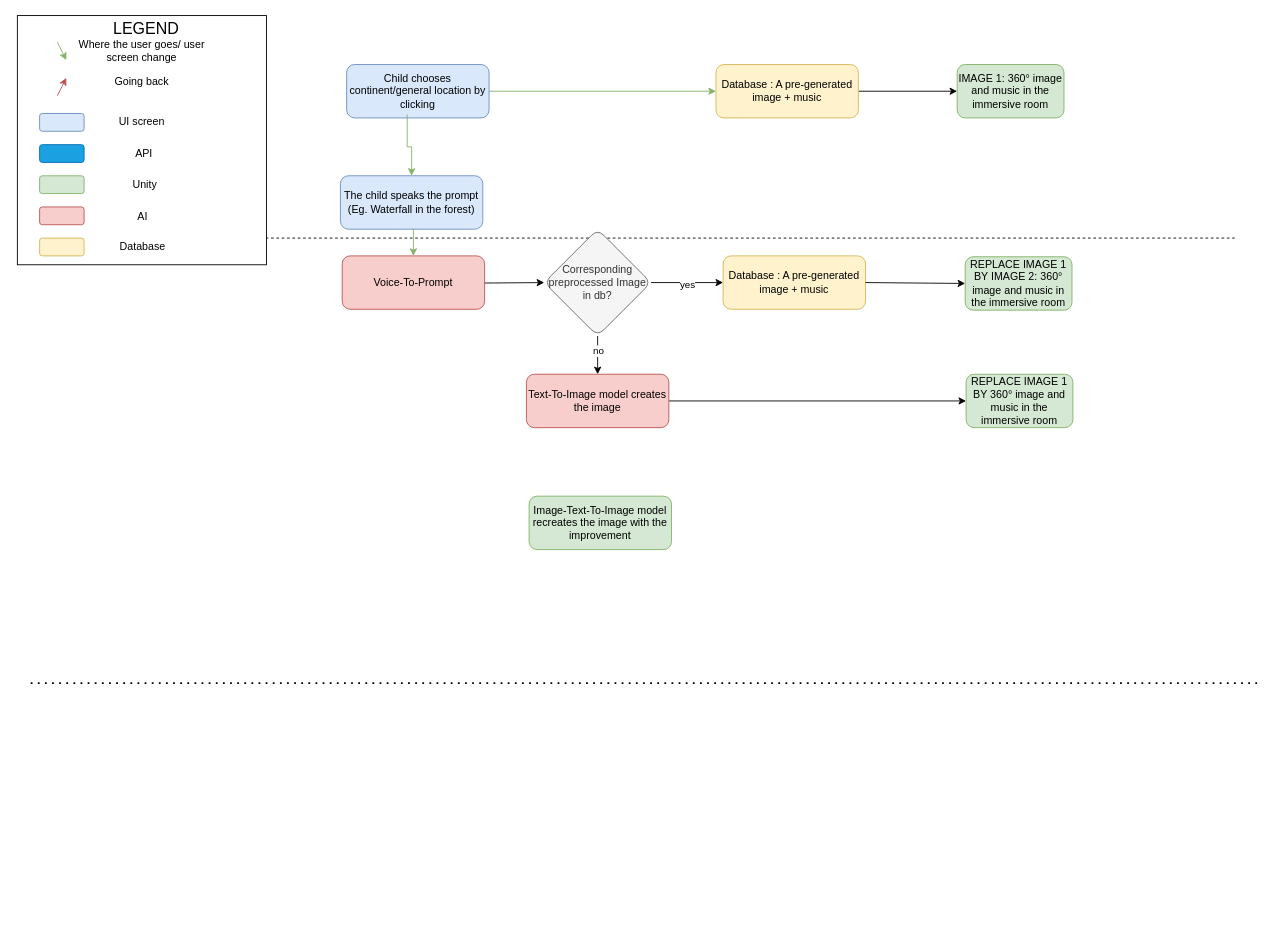
Above: CombinedFlowChart.drawio in IsabelleDesle/VirtualGlobeTrotter (draw.io), before the change. Source tidied: cells renumbered, new cells numbered last; positions are measured from the earlier drawing's top-left corner, leaving out a move shared by most shapes. Both pictures are drawn from the tidied source at 89%, with x=0, y=0 at pixel (17, 15).
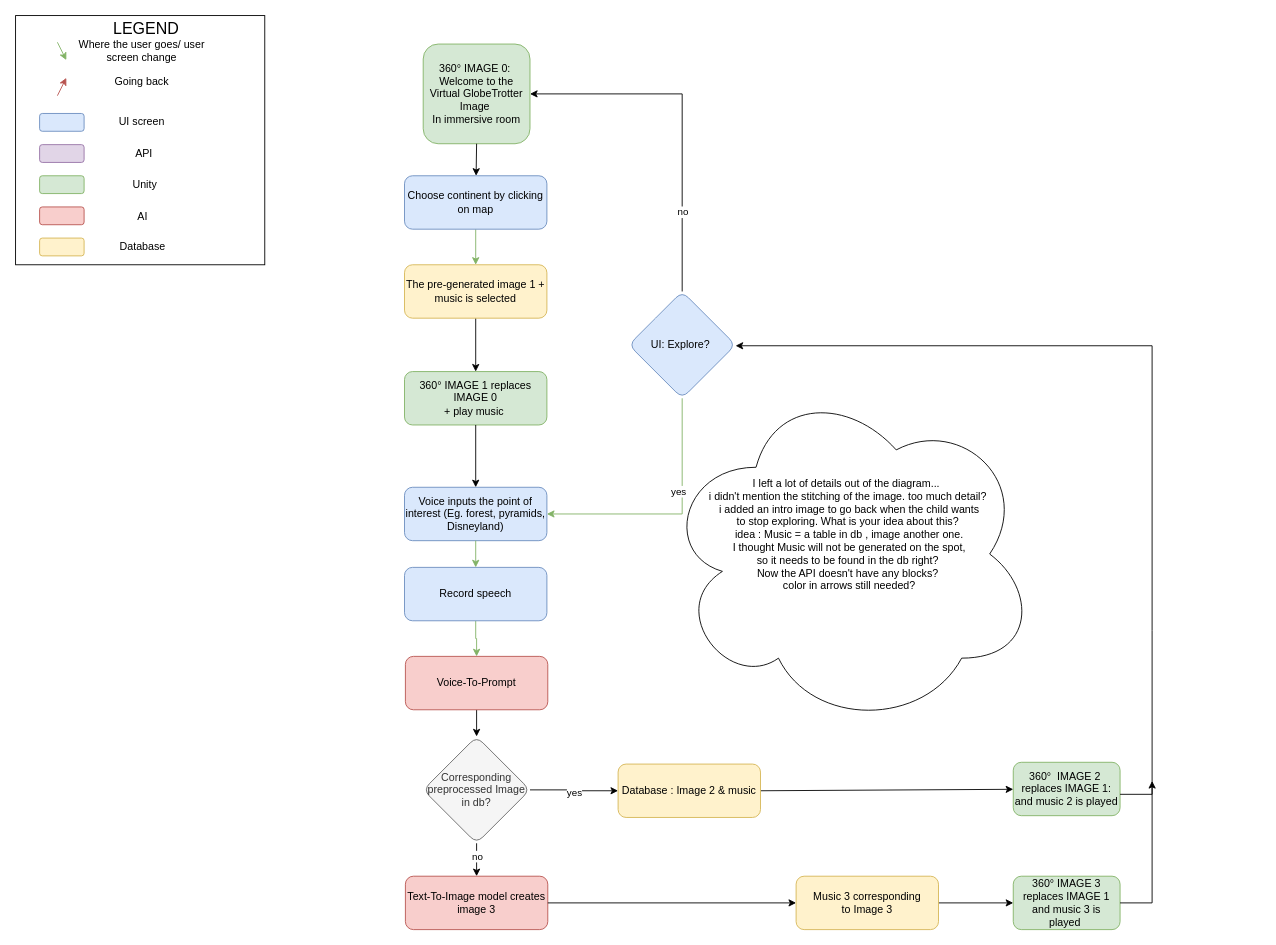
The same page after the edit.

The edit, as a diff of the source:
```diff
@@
-    <mxCell id="2" style="edgeStyle=orthogonalEdgeStyle;rounded=0;jettySize=auto;html=1;exitX=1;exitY=0.5;exitDx=0;exitDy=0;fillColor=#d5e8d4;strokeColor=#82b366;" parent="1" edge="1" source="4" target="7">
+    <mxCell id="2" style="edgeStyle=orthogonalEdgeStyle;rounded=0;jettySize=auto;html=1;fillColor=#d5e8d4;strokeColor=#82b366;" parent="1" edge="1" source="4" target="7">
       <mxGeometry relative="1" as="geometry" />
     </mxCell>
-    <mxCell id="3" style="edgeStyle=orthogonalEdgeStyle;rounded=0;jettySize=auto;html=1;exitX=1;exitY=0.5;exitDx=0;exitDy=0;entryX=0;entryY=0.5;entryDx=0;entryDy=0;" parent="1" edge="1" target="37">
-      <mxGeometry relative="1" as="geometry">
-        <mxPoint x="462" y="300" as="sourcePoint" />
-      </mxGeometry>
-    </mxCell>
-    <mxCell id="4" value="Child chooses continent/general location by clicking" style="rounded=1;whiteSpace=wrap;html=1;fillColor=#dae8fc;strokeColor=#6c8ebf;" parent="1" vertex="1">
-      <mxGeometry x="370" y="55" width="160" height="60" as="geometry" />
+    <mxCell id="4" value="Choose continent by clicking on map" style="rounded=1;whiteSpace=wrap;html=1;fillColor=#dae8fc;strokeColor=#6c8ebf;" parent="1" vertex="1">
+      <mxGeometry x="435" y="180" width="160" height="60" as="geometry" />
     </mxCell>
-    <mxCell id="5" style="edgeStyle=orthogonalEdgeStyle;rounded=0;jettySize=auto;html=1;exitX=0.425;exitY=0.933;exitDx=0;exitDy=0;fillColor=#d5e8d4;strokeColor=#82b366;exitPerimeter=0;" parent="1" edge="1" source="4" target="12">
+    <mxCell id="5" style="edgeStyle=orthogonalEdgeStyle;rounded=0;jettySize=auto;html=1;exitX=0.5;exitY=1;exitDx=0;exitDy=0;fillColor=#d5e8d4;strokeColor=#82b366;entryX=0.5;entryY=0;entryDx=0;entryDy=0;" parent="1" edge="1" source="55" target="10">
       <mxGeometry relative="1" as="geometry" />
     </mxCell>
-    <mxCell id="6" style="edgeStyle=orthogonalEdgeStyle;rounded=0;jettySize=auto;html=1;" parent="1" edge="1" source="7" target="34">
+    <mxCell id="6" style="edgeStyle=orthogonalEdgeStyle;rounded=0;jettySize=auto;html=1;exitX=0.5;exitY=1;exitDx=0;exitDy=0;" parent="1" edge="1" source="7" target="34">
       <mxGeometry relative="1" as="geometry" />
     </mxCell>
-    <mxCell id="7" value="&lt;div&gt;Database : A pre-generated image + music&lt;/div&gt;" style="rounded=1;whiteSpace=wrap;html=1;fillColor=#fff2cc;strokeColor=#d6b656;" parent="1" vertex="1">
-      <mxGeometry x="785" y="55" width="160" height="60" as="geometry" />
+    <mxCell id="7" value="&lt;div&gt;The pre-generated image 1 + music is selected&lt;/div&gt;" style="rounded=1;whiteSpace=wrap;html=1;fillColor=#fff2cc;strokeColor=#d6b656;" parent="1" vertex="1">
+      <mxGeometry x="435" y="280" width="160" height="60" as="geometry" />
     </mxCell>
@@
-    <mxCell id="10" value="Voice-To-Prompt" style="rounded=1;whiteSpace=wrap;html=1;fillColor=#f8cecc;strokeColor=#b85450;" parent="1" vertex="1">
-      <mxGeometry x="365" y="270" width="160" height="60" as="geometry" />
-    </mxCell>
-    <mxCell id="11" style="edgeStyle=orthogonalEdgeStyle;rounded=0;jettySize=auto;html=1;exitX=0.5;exitY=1;exitDx=0;exitDy=0;entryX=0.5;entryY=0;entryDx=0;entryDy=0;fillColor=#d5e8d4;strokeColor=#82b366;" parent="1" edge="1" source="12" target="10">
-      <mxGeometry relative="1" as="geometry" />
-    </mxCell>
-    <mxCell id="12" value="&lt;div&gt;The child speaks the prompt&lt;/div&gt;&lt;div&gt;(Eg. Waterfall in the forest)&lt;br&gt;&lt;/div&gt;" style="rounded=1;whiteSpace=wrap;html=1;fillColor=#dae8fc;strokeColor=#6c8ebf;" parent="1" vertex="1">
-      <mxGeometry x="363" y="180" width="160" height="60" as="geometry" />
+    <mxCell id="12" value="&lt;div&gt;Voice inputs the point of interest&amp;nbsp;&lt;span style=&quot;background-color: initial;&quot;&gt;(Eg. forest, pyramids, Disneyland)&lt;/span&gt;&lt;/div&gt;" style="rounded=1;whiteSpace=wrap;html=1;fillColor=#dae8fc;strokeColor=#6c8ebf;" parent="1" vertex="1">
+      <mxGeometry x="435" y="530" width="160" height="60" as="geometry" />
     </mxCell>
-    <mxCell id="13" style="edgeStyle=orthogonalEdgeStyle;rounded=0;jettySize=auto;html=1;exitX=1;exitY=0.5;exitDx=0;exitDy=0;entryX=0;entryY=0.5;entryDx=0;entryDy=0;" parent="1" edge="1" source="14" target="41">
+    <mxCell id="13" style="edgeStyle=orthogonalEdgeStyle;rounded=0;jettySize=auto;html=1;exitX=1;exitY=0.5;exitDx=0;exitDy=0;entryX=0;entryY=0.5;entryDx=0;entryDy=0;" parent="1" edge="1" source="47" target="41">
       <mxGeometry relative="1" as="geometry" />
     </mxCell>
-    <mxCell id="14" value="&lt;div&gt;Text-To-Image model creates the image&lt;/div&gt;" style="rounded=1;whiteSpace=wrap;html=1;fillColor=#f8cecc;strokeColor=#b85450;" parent="1" vertex="1">
-      <mxGeometry x="572" y="403" width="160" height="60" as="geometry" />
+    <mxCell id="14" value="&lt;div&gt;Text-To-Image model creates image 3&lt;/div&gt;" style="rounded=1;whiteSpace=wrap;html=1;fillColor=#f8cecc;strokeColor=#b85450;" parent="1" vertex="1">
+      <mxGeometry x="436" y="967" width="160" height="60" as="geometry" />
     </mxCell>
-    <mxCell id="15" style="endArrow=none;dashed=1;html=1;rounded=0;" parent="1" edge="1">
-      <mxGeometry relative="1" as="geometry">
-        <mxPoint x="15" y="250" as="sourcePoint" />
-        <mxPoint x="1367.9" y="250" as="targetPoint" />
-        <Array as="points">
-          <mxPoint x="345" y="250" />
-        </Array>
-      </mxGeometry>
-    </mxCell>
-    <mxCell id="16" style="endArrow=none;dashed=1;html=1;dashPattern=1 3;strokeWidth=2;rounded=0;" parent="1" edge="1">
-      <mxGeometry relative="1" as="geometry">
-        <mxPoint x="15" y="750" as="sourcePoint" />
-        <mxPoint x="1395" y="750" as="targetPoint" />
-      </mxGeometry>
-    </mxCell>
-    <mxCell id="17" value="&lt;div&gt;Image-Text-To-Image model recreates the image with the improvement&lt;/div&gt;" style="rounded=1;whiteSpace=wrap;html=1;fillColor=#d5e8d4;strokeColor=#82b366;" parent="1" vertex="1">
-      <mxGeometry x="575" y="540" width="160" height="60" as="geometry" />
-    </mxCell>
     <mxCell id="18" style="rounded=0;whiteSpace=wrap;html=1;" parent="1" vertex="1">
-      <mxGeometry width="280" height="280" as="geometry" />
+      <mxGeometry x="-2" width="280" height="280" as="geometry" />
     </mxCell>
@@
-    <mxCell id="26" style="rounded=1;whiteSpace=wrap;html=1;fillColor=#1ba1e2;strokeColor=#006EAF;fontColor=#ffffff;" parent="1" vertex="1">
+    <mxCell id="26" style="rounded=1;whiteSpace=wrap;html=1;fillColor=#e1d5e7;strokeColor=#9673a6;" parent="1" vertex="1">
       <mxGeometry x="25" y="145" width="50" height="20" as="geometry" />
     </mxCell>
@@
-    <mxCell id="34" value="IMAGE 1: 360° image and music in the immersive room" style="whiteSpace=wrap;html=1;fillColor=#d5e8d4;strokeColor=#82b366;rounded=1;" parent="1" vertex="1">
-      <mxGeometry x="1056" y="55" width="120" height="60" as="geometry" />
+    <mxCell id="34" value="360° IMAGE 1 replaces IMAGE 0&lt;br&gt;+ play music&amp;nbsp;" style="whiteSpace=wrap;html=1;fillColor=#d5e8d4;strokeColor=#82b366;rounded=1;" parent="1" vertex="1">
+      <mxGeometry x="435" y="400" width="160" height="60" as="geometry" />
     </mxCell>
@@
     <mxCell id="37" value="Corresponding preprocessed Image in db?" style="rhombus;whiteSpace=wrap;html=1;fillColor=#f5f5f5;strokeColor=#666666;rounded=1;fontColor=#333333;" parent="1" vertex="1">
-      <mxGeometry x="592" y="240" width="120" height="120" as="geometry" />
+      <mxGeometry x="456" y="810" width="120" height="120" as="geometry" />
     </mxCell>
-    <mxCell id="38" value="REPLACE IMAGE 1 BY IMAGE 2: 360° image and music in the immersive room" style="whiteSpace=wrap;html=1;fillColor=#d5e8d4;strokeColor=#82b366;rounded=1;" parent="1" vertex="1">
-      <mxGeometry x="1065" y="271" width="120" height="60" as="geometry" />
+    <mxCell id="38" value="360°&amp;nbsp; IMAGE 2&amp;nbsp;&lt;br&gt;replaces IMAGE 1: and music 2 is played" style="whiteSpace=wrap;html=1;fillColor=#d5e8d4;strokeColor=#82b366;rounded=1;" parent="1" vertex="1">
+      <mxGeometry x="1119" y="839" width="120" height="60" as="geometry" />
     </mxCell>
-    <mxCell id="39" value="&lt;div&gt;Database : A pre-generated image + music&lt;/div&gt;" style="rounded=1;whiteSpace=wrap;html=1;fillColor=#fff2cc;strokeColor=#d6b656;" parent="1" vertex="1">
-      <mxGeometry x="793" y="270" width="160" height="60" as="geometry" />
-    </mxCell>
-    <mxCell id="40" style="endArrow=classic;html=1;rounded=0;entryX=0;entryY=0.5;entryDx=0;entryDy=0;exitX=1;exitY=0.5;exitDx=0;exitDy=0;" parent="1" edge="1" source="39" target="38">
+    <mxCell id="40" style="endArrow=classic;html=1;rounded=0;exitX=1;exitY=0.5;exitDx=0;exitDy=0;" parent="1" edge="1" source="39" target="38">
       <mxGeometry relative="1" as="geometry" />
     </mxCell>
-    <mxCell id="41" value="REPLACE IMAGE 1 BY 360° image and music in the immersive room" style="whiteSpace=wrap;html=1;fillColor=#d5e8d4;strokeColor=#82b366;rounded=1;" parent="1" vertex="1">
-      <mxGeometry x="1066" y="403" width="120" height="60" as="geometry" />
+    <mxCell id="41" value="360° IMAGE 3&lt;br&gt;replaces IMAGE 1 and music 3 is played&amp;nbsp;" style="whiteSpace=wrap;html=1;fillColor=#d5e8d4;strokeColor=#82b366;rounded=1;" parent="1" vertex="1">
+      <mxGeometry x="1119" y="967" width="120" height="60" as="geometry" />
     </mxCell>
+    <mxCell id="42" value="UI: Explore?&amp;nbsp;" style="rhombus;whiteSpace=wrap;html=1;fillColor=#dae8fc;strokeColor=#6c8ebf;rounded=1;" parent="1" vertex="1">
+      <mxGeometry x="687" y="310" width="120" height="120" as="geometry" />
+    </mxCell>
+    <mxCell id="43" style="edgeStyle=orthogonalEdgeStyle;rounded=0;jettySize=auto;html=1;exitX=0.5;exitY=1;exitDx=0;exitDy=0;fillColor=#d5e8d4;strokeColor=#82b366;entryX=1;entryY=0.5;entryDx=0;entryDy=0;" parent="1" edge="1" source="42" target="12">
+      <mxGeometry relative="1" as="geometry" />
+    </mxCell>
+    <mxCell id="44" value="yes" style="edgeLabel;html=1;align=center;verticalAlign=middle;" parent="43" vertex="1">
+      <mxGeometry x="-0.26" y="-5" relative="1" as="geometry" />
+    </mxCell>
+    <mxCell id="45" style="edgeStyle=orthogonalEdgeStyle;rounded=0;jettySize=auto;html=1;exitX=0.5;exitY=1;exitDx=0;exitDy=0;entryX=0.5;entryY=0;entryDx=0;entryDy=0;" parent="1" edge="1" source="10" target="37">
+      <mxGeometry relative="1" as="geometry" />
+    </mxCell>
+    <mxCell id="10" value="Voice-To-Prompt" style="rounded=1;whiteSpace=wrap;html=1;fillColor=#f8cecc;strokeColor=#b85450;" parent="1" vertex="1">
+      <mxGeometry x="436" y="720" width="160" height="60" as="geometry" />
+    </mxCell>
+    <mxCell id="39" value="&lt;div&gt;Database : Image 2 &amp;amp; music&lt;/div&gt;" style="rounded=1;whiteSpace=wrap;html=1;fillColor=#fff2cc;strokeColor=#d6b656;" parent="1" vertex="1">
+      <mxGeometry x="675" y="841" width="160" height="60" as="geometry" />
+    </mxCell>
+    <mxCell id="46" style="edgeStyle=orthogonalEdgeStyle;rounded=0;jettySize=auto;html=1;exitX=1;exitY=0.5;exitDx=0;exitDy=0;entryX=0;entryY=0.5;entryDx=0;entryDy=0;" parent="1" edge="1" source="14" target="47">
+      <mxGeometry relative="1" as="geometry" />
+    </mxCell>
+    <mxCell id="47" value="&lt;div&gt;M&lt;span style=&quot;background-color: initial;&quot;&gt;usic 3&lt;/span&gt;&lt;span style=&quot;background-color: initial;&quot;&gt;&amp;nbsp;&lt;/span&gt;&lt;span style=&quot;background-color: initial;&quot;&gt;corresponding to&amp;nbsp;&lt;/span&gt;&lt;span style=&quot;background-color: initial;&quot;&gt;Image 3&lt;/span&gt;&lt;/div&gt;" style="rounded=1;whiteSpace=wrap;html=1;fillColor=#fff2cc;strokeColor=#d6b656;" parent="1" vertex="1">
+      <mxGeometry x="875" y="967" width="160" height="60" as="geometry" />
+    </mxCell>
+    <mxCell id="48" style="endArrow=classic;html=1;rounded=0;exitX=1;exitY=0.5;exitDx=0;exitDy=0;entryX=1;entryY=0.5;entryDx=0;entryDy=0;" parent="1" edge="1">
+      <mxGeometry relative="1" as="geometry">
+        <mxPoint x="1239" y="875" as="sourcePoint" />
+        <mxPoint x="807" y="371" as="targetPoint" />
+        <Array as="points">
+          <mxPoint x="1275" y="875" />
+          <mxPoint x="1275" y="691" />
+          <mxPoint x="1275" y="371" />
+        </Array>
+      </mxGeometry>
+    </mxCell>
+    <mxCell id="49" style="endArrow=classic;html=1;rounded=0;exitX=1;exitY=0.5;exitDx=0;exitDy=0;" parent="1" edge="1" source="41">
+      <mxGeometry relative="1" as="geometry">
+        <mxPoint x="1275" y="860" as="targetPoint" />
+        <Array as="points">
+          <mxPoint x="1275" y="997" />
+        </Array>
+      </mxGeometry>
+    </mxCell>
+    <mxCell id="50" value="360° IMAGE 0:&amp;nbsp; Welcome to the Virtual GlobeTrotter Image&amp;nbsp;&lt;br&gt;In immersive room" style="whiteSpace=wrap;html=1;fillColor=#d5e8d4;strokeColor=#82b366;rounded=1;" parent="1" vertex="1">
+      <mxGeometry x="456" y="32" width="120" height="112" as="geometry" />
+    </mxCell>
+    <mxCell id="51" style="endArrow=classic;html=1;rounded=0;exitX=0.5;exitY=1;exitDx=0;exitDy=0;" parent="1" edge="1" source="50" target="4">
+      <mxGeometry relative="1" as="geometry" />
+    </mxCell>
+    <mxCell id="52" value="I left a lot of details out of the diagram...&amp;nbsp;&lt;span style=&quot;background-color: initial;&quot;&gt;&amp;nbsp;&lt;/span&gt;&lt;div&gt;i didn't mention the stitching of the image. too much detail?&amp;nbsp;&lt;br&gt;i added an intro image to go back when the child wants &lt;br&gt;to stop exploring. What is your idea about this?&amp;nbsp;&lt;br&gt;idea : Music = a table in db , image another one. &lt;br&gt;I thought Music&amp;nbsp;will not be generated on the spot, &lt;br&gt;so it needs to be found in the db right?&amp;nbsp;&lt;br&gt;Now the API doesn't have any blocks?&amp;nbsp;&lt;br&gt;color in arrows still needed?&lt;br&gt;&lt;div&gt;&amp;nbsp;&lt;br&gt;&lt;br&gt;&lt;div&gt;&lt;br&gt;&lt;/div&gt;&lt;/div&gt;&lt;/div&gt;" style="ellipse;shape=cloud;whiteSpace=wrap;html=1;" parent="1" vertex="1">
+      <mxGeometry x="725" y="410" width="420" height="390" as="geometry" />
+    </mxCell>
+    <mxCell id="53" style="endArrow=classic;html=1;rounded=0;exitX=0.5;exitY=1;exitDx=0;exitDy=0;entryX=0.5;entryY=0;entryDx=0;entryDy=0;" parent="1" edge="1" source="34" target="12">
+      <mxGeometry relative="1" as="geometry" />
+    </mxCell>
+    <mxCell id="54" style="edgeStyle=orthogonalEdgeStyle;rounded=0;jettySize=auto;html=1;exitX=0.5;exitY=1;exitDx=0;exitDy=0;fillColor=#d5e8d4;strokeColor=#82b366;entryX=0.5;entryY=0;entryDx=0;entryDy=0;" parent="1" edge="1" source="12" target="55">
+      <mxGeometry relative="1" as="geometry" />
+    </mxCell>
+    <mxCell id="55" value="Record speech" style="rounded=1;whiteSpace=wrap;html=1;fillColor=#dae8fc;strokeColor=#6c8ebf;" parent="1" vertex="1">
+      <mxGeometry x="435" y="620" width="160" height="60" as="geometry" />
+    </mxCell>
+    <mxCell id="56" style="endArrow=classic;html=1;rounded=0;exitX=0.5;exitY=0;exitDx=0;exitDy=0;entryX=1;entryY=0.5;entryDx=0;entryDy=0;" parent="1" edge="1" source="42" target="50">
+      <mxGeometry relative="1" as="geometry">
+        <Array as="points">
+          <mxPoint x="747" y="88" />
+        </Array>
+      </mxGeometry>
+    </mxCell>
+    <mxCell id="57" value="no" style="edgeLabel;html=1;align=center;verticalAlign=middle;" parent="56" vertex="1">
+      <mxGeometry x="-0.54" relative="1" as="geometry" />
+    </mxCell>
```
